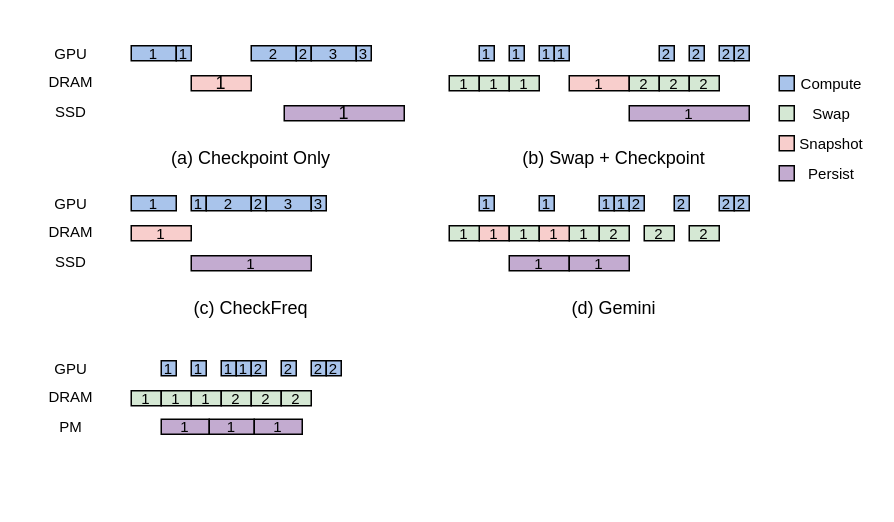
icszhr/NCheck keeps this draw.io diagram as fig/pipeline.drawio. Above is the earlier version. Source tidied: cells renumbered, new cells numbered last; positions are measured from the earlier drawing's top-left corner, leaving out a move shared by most shapes. Both pictures are drawn from the tidied source at 150%, with x=0, y=0 at pixel (26, 45).
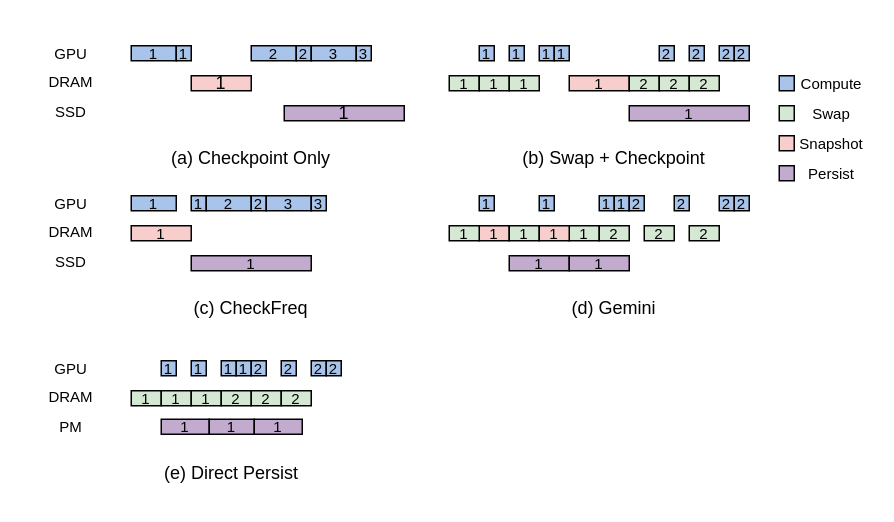
Above is the later version.

Change to the diagram source:
```diff
@@
+    <mxCell id="90" value="(e) Direct Persist" style="text;html=1;align=center;verticalAlign=middle;whiteSpace=wrap;rounded=0;" parent="1" vertex="1">
+      <mxGeometry x="72" y="270" width="130" height="30" as="geometry" />
+    </mxCell>
```
